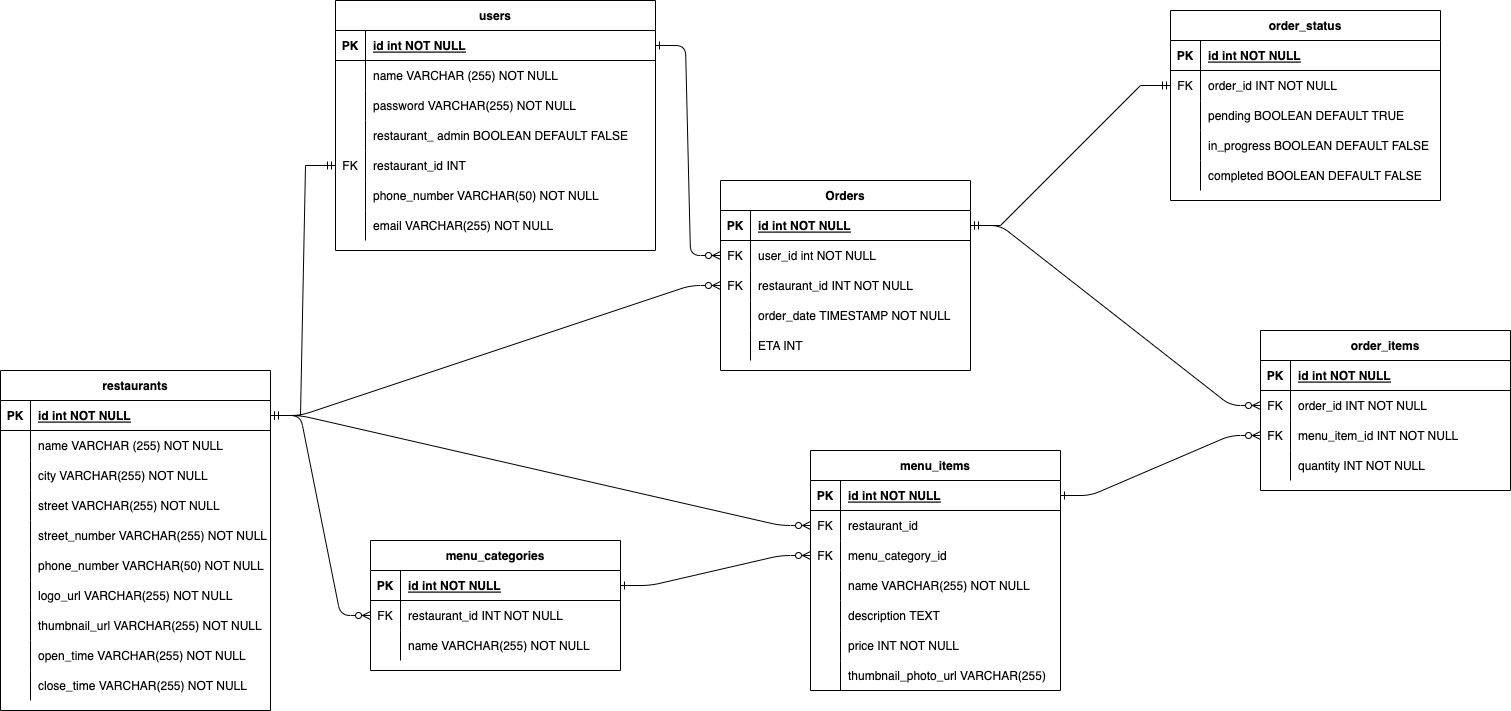
ascotlan/food-ordering-app keeps this draw.io diagram as planning/ERD-OmniEats.png. Above is the earlier version. Source tidied: cells renumbered, new cells last; positions are measured from the earlier drawing's top-left corner, leaving out a move shared by most shapes.
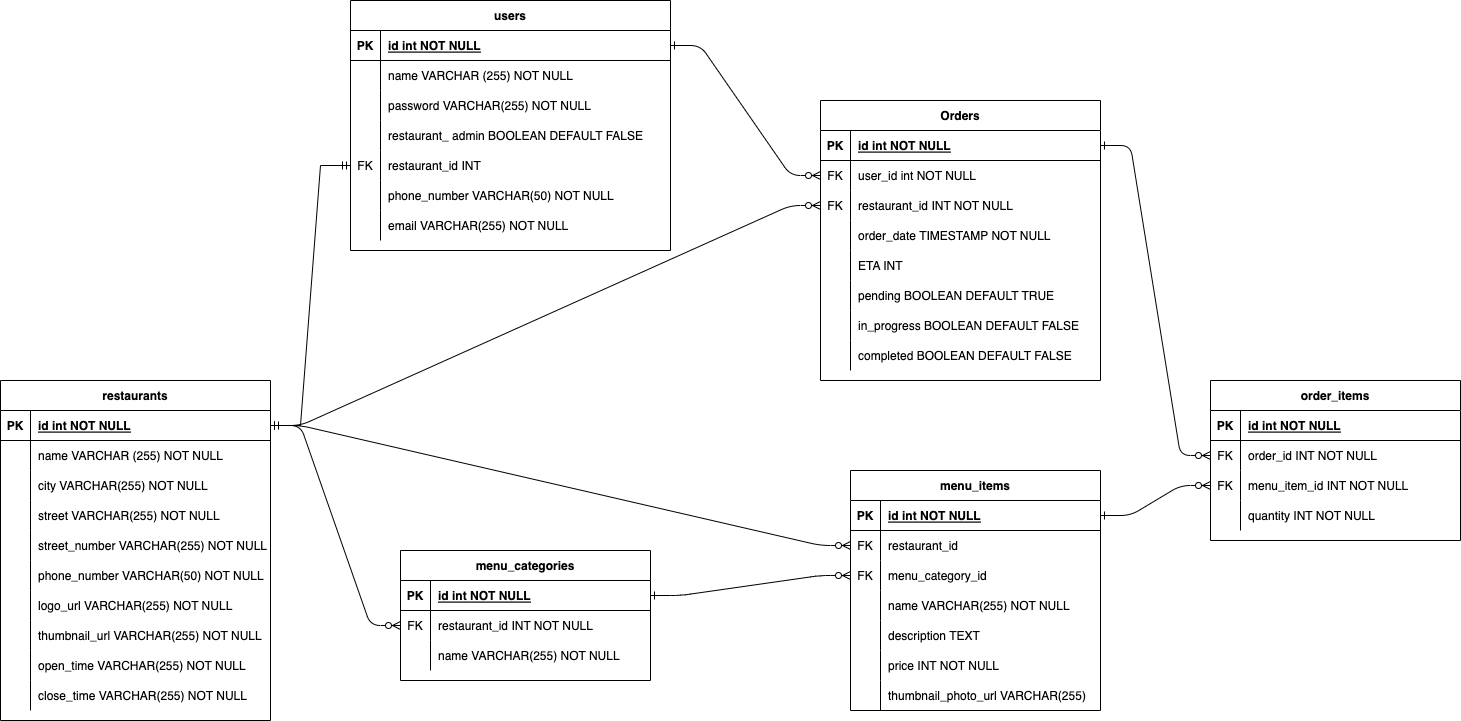
Later version of the same file.

Commit message:
ERD and schema fix: removed order_status table

What changed in the source:
```diff
@@ -6,55 +6,82 @@
       <mxGeometry relative="1" as="geometry" />
     </mxCell>
     <mxCell id="3" value="Orders" style="shape=table;startSize=30;rowLines=0;fontStyle=1;align=center;" parent="1" vertex="1">
-      <mxGeometry x="720" y="180" width="250" height="190" as="geometry" />
+      <mxGeometry x="920" y="90" width="280" height="280" as="geometry" />
     </mxCell>
     <mxCell id="4" style="shape=partialRectangle;fillColor=none;points=[[0,0.5],[1,0.5]];portConstraint=eastwest;top=0;left=0;right=0;bottom=1;" parent="3" vertex="1">
-      <mxGeometry y="30" width="250" height="30" as="geometry" />
+      <mxGeometry y="30" width="280" height="30" as="geometry" />
     </mxCell>
     <mxCell id="5" value="PK" style="shape=partialRectangle;overflow=hidden;fillColor=none;top=0;left=0;bottom=0;right=0;fontStyle=1;" parent="4" vertex="1">
       <mxGeometry width="30" height="30" as="geometry" />
     </mxCell>
     <mxCell id="6" value="id int NOT NULL " style="shape=partialRectangle;overflow=hidden;fillColor=none;top=0;left=0;bottom=0;right=0;align=left;spacingLeft=6;fontStyle=5;" parent="4" vertex="1">
-      <mxGeometry x="30" width="220" height="30" as="geometry" />
+      <mxGeometry x="30" width="250" height="30" as="geometry" />
     </mxCell>
     <mxCell id="7" style="shape=partialRectangle;fillColor=none;points=[[0,0.5],[1,0.5]];portConstraint=eastwest;top=0;left=0;right=0;bottom=0;" parent="3" vertex="1">
-      <mxGeometry y="60" width="250" height="30" as="geometry" />
+      <mxGeometry y="60" width="280" height="30" as="geometry" />
     </mxCell>
     <mxCell id="8" value="FK" style="shape=partialRectangle;overflow=hidden;fillColor=none;top=0;left=0;bottom=0;right=0;" parent="7" vertex="1">
       <mxGeometry width="30" height="30" as="geometry" />
     </mxCell>
     <mxCell id="9" value="user_id int NOT NULL" style="shape=partialRectangle;overflow=hidden;fillColor=none;top=0;left=0;bottom=0;right=0;align=left;spacingLeft=6;" parent="7" vertex="1">
-      <mxGeometry x="30" width="220" height="30" as="geometry" />
+      <mxGeometry x="30" width="250" height="30" as="geometry" />
     </mxCell>
     <mxCell id="10" style="shape=partialRectangle;fillColor=none;points=[[0,0.5],[1,0.5]];portConstraint=eastwest;top=0;left=0;right=0;bottom=0;" parent="3" vertex="1">
-      <mxGeometry y="90" width="250" height="30" as="geometry" />
+      <mxGeometry y="90" width="280" height="30" as="geometry" />
     </mxCell>
     <mxCell id="11" value="FK" style="shape=partialRectangle;overflow=hidden;fillColor=none;top=0;left=0;bottom=0;right=0;" parent="10" vertex="1">
       <mxGeometry width="30" height="30" as="geometry" />
     </mxCell>
     <mxCell id="12" value="restaurant_id INT NOT NULL" style="shape=partialRectangle;overflow=hidden;fillColor=none;top=0;left=0;bottom=0;right=0;align=left;spacingLeft=6;" parent="10" vertex="1">
-      <mxGeometry x="30" width="220" height="30" as="geometry" />
+      <mxGeometry x="30" width="250" height="30" as="geometry" />
     </mxCell>
     <mxCell id="13" style="shape=partialRectangle;fillColor=none;top=0;left=0;right=0;bottom=0;" parent="3" vertex="1">
-      <mxGeometry y="120" width="250" height="30" as="geometry" />
+      <mxGeometry y="120" width="280" height="30" as="geometry" />
     </mxCell>
     <mxCell id="14" style="shape=partialRectangle;overflow=hidden;fillColor=none;top=0;left=0;bottom=0;right=0;" parent="13" vertex="1">
       <mxGeometry width="30" height="30" as="geometry" />
     </mxCell>
     <mxCell id="15" value="order_date TIMESTAMP NOT NULL" style="shape=partialRectangle;overflow=hidden;fillColor=none;top=0;left=0;bottom=0;right=0;align=left;spacingLeft=6;" parent="13" vertex="1">
-      <mxGeometry x="30" width="220" height="30" as="geometry" />
+      <mxGeometry x="30" width="250" height="30" as="geometry" />
     </mxCell>
     <mxCell id="16" style="shape=partialRectangle;fillColor=none;top=0;left=0;right=0;bottom=0;" parent="3" vertex="1">
-      <mxGeometry y="150" width="250" height="30" as="geometry" />
+      <mxGeometry y="150" width="280" height="30" as="geometry" />
     </mxCell>
     <mxCell id="17" style="shape=partialRectangle;overflow=hidden;fillColor=none;top=0;left=0;bottom=0;right=0;" parent="16" vertex="1">
       <mxGeometry width="30" height="30" as="geometry" />
     </mxCell>
     <mxCell id="18" value="ETA INT" style="shape=partialRectangle;overflow=hidden;fillColor=none;top=0;left=0;bottom=0;right=0;align=left;spacingLeft=6;" parent="16" vertex="1">
-      <mxGeometry x="30" width="220" height="30" as="geometry" />
+      <mxGeometry x="30" width="250" height="30" as="geometry" />
     </mxCell>
+    <mxCell id="141" style="shape=partialRectangle;fillColor=none;top=0;left=0;right=0;bottom=0;" parent="3" vertex="1">
+      <mxGeometry y="180" width="280" height="30" as="geometry" />
+    </mxCell>
+    <mxCell id="142" style="shape=partialRectangle;overflow=hidden;fillColor=none;top=0;left=0;bottom=0;right=0;" parent="141" vertex="1">
+      <mxGeometry width="30" height="30" as="geometry" />
+    </mxCell>
+    <mxCell id="119" value="pending BOOLEAN DEFAULT TRUE" style="shape=partialRectangle;overflow=hidden;fillColor=none;top=0;left=0;bottom=0;right=0;align=left;spacingLeft=6;" parent="141" vertex="1">
+      <mxGeometry x="30" width="250" height="30" as="geometry" />
+    </mxCell>
+    <mxCell id="143" style="shape=partialRectangle;fillColor=none;top=0;left=0;right=0;bottom=0;" parent="3" vertex="1">
+      <mxGeometry y="210" width="280" height="30" as="geometry" />
+    </mxCell>
+    <mxCell id="144" style="shape=partialRectangle;overflow=hidden;fillColor=none;top=0;left=0;bottom=0;right=0;" parent="143" vertex="1">
+      <mxGeometry width="30" height="30" as="geometry" />
+    </mxCell>
+    <mxCell id="122" value="in_progress BOOLEAN DEFAULT FALSE" style="shape=partialRectangle;overflow=hidden;fillColor=none;top=0;left=0;bottom=0;right=0;align=left;spacingLeft=6;" parent="143" vertex="1">
+      <mxGeometry x="30" width="250" height="30" as="geometry" />
+    </mxCell>
+    <mxCell id="145" style="shape=partialRectangle;fillColor=none;top=0;left=0;right=0;bottom=0;" parent="3" vertex="1">
+      <mxGeometry y="240" width="280" height="30" as="geometry" />
+    </mxCell>
+    <mxCell id="146" style="shape=partialRectangle;overflow=hidden;fillColor=none;top=0;left=0;bottom=0;right=0;" parent="145" vertex="1">
+      <mxGeometry width="30" height="30" as="geometry" />
+    </mxCell>
+    <mxCell id="125" value="completed BOOLEAN DEFAULT FALSE" style="shape=partialRectangle;overflow=hidden;fillColor=none;top=0;left=0;bottom=0;right=0;align=left;spacingLeft=6;" parent="145" vertex="1">
+      <mxGeometry x="30" width="250" height="30" as="geometry" />
+    </mxCell>
     <mxCell id="19" value="users" style="shape=table;startSize=30;rowLines=0;fontStyle=1;align=center;" parent="1" vertex="1">
-      <mxGeometry x="335" width="320" height="250" as="geometry" />
+      <mxGeometry x="450" y="-10" width="320" height="250" as="geometry" />
     </mxCell>
     <mxCell id="20" style="shape=partialRectangle;fillColor=none;points=[[0,0.5],[1,0.5]];portConstraint=eastwest;top=0;left=0;right=0;bottom=1;" parent="19" vertex="1">
       <mxGeometry y="30" width="320" height="30" as="geometry" />
@@ -120,7 +147,7 @@
       <mxGeometry x="30" width="290" height="30" as="geometry" />
     </mxCell>
     <mxCell id="41" value="restaurants" style="shape=table;startSize=30;rowLines=0;fontStyle=1;align=center;" parent="1" vertex="1">
-      <mxGeometry y="370" width="270" height="340" as="geometry" />
+      <mxGeometry x="100" y="370" width="270" height="340" as="geometry" />
     </mxCell>
     <mxCell id="42" style="shape=partialRectangle;fillColor=none;points=[[0,0.5],[1,0.5]];portConstraint=eastwest;top=0;left=0;right=0;bottom=1;" parent="41" vertex="1">
       <mxGeometry y="30" width="270" height="30" as="geometry" />
@@ -220,7 +247,7 @@
       </mxGeometry>
     </mxCell>
     <mxCell id="73" value="order_items" style="shape=table;startSize=30;rowLines=0;fontStyle=1;align=center;" parent="1" vertex="1">
-      <mxGeometry x="1260" y="330" width="250" height="160" as="geometry" />
+      <mxGeometry x="1310" y="370" width="250" height="160" as="geometry" />
     </mxCell>
     <mxCell id="74" style="shape=partialRectangle;fillColor=none;top=0;left=0;right=0;bottom=1;" parent="73" vertex="1">
       <mxGeometry y="30" width="250" height="30" as="geometry" />
@@ -259,7 +286,7 @@
       <mxGeometry x="30" width="220" height="30" as="geometry" />
     </mxCell>
     <mxCell id="86" value="menu_items" style="shape=table;startSize=30;rowLines=0;fontStyle=1;align=center;" parent="1" vertex="1">
-      <mxGeometry x="810" y="450" width="250" height="240" as="geometry" />
+      <mxGeometry x="950" y="460" width="250" height="240" as="geometry" />
     </mxCell>
     <mxCell id="87" style="shape=partialRectangle;fillColor=none;points=[[0,0.5],[1,0.5]];portConstraint=eastwest;top=0;left=0;right=0;bottom=1;" parent="86" vertex="1">
       <mxGeometry y="30" width="250" height="30" as="geometry" />
@@ -330,63 +357,8 @@
     <mxCell id="109" style="edgeStyle=entityRelationEdgeStyle;endArrow=ERzeroToMany;startArrow=ERone;endFill=1;startFill=0;entryX=0;entryY=0.5;entryDx=0;entryDy=0;exitX=1;exitY=0.5;exitDx=0;exitDy=0;" parent="1" edge="1" source="42" target="90">
       <mxGeometry relative="1" as="geometry" />
     </mxCell>
-    <mxCell id="110" value="order_status" style="shape=table;startSize=30;rowLines=0;fontStyle=1;align=center;" parent="1" vertex="1">
-      <mxGeometry x="1170" y="10" width="270" height="190" as="geometry" />
-    </mxCell>
-    <mxCell id="111" style="shape=partialRectangle;fillColor=none;top=0;left=0;right=0;bottom=1;" parent="110" vertex="1">
-      <mxGeometry y="30" width="270" height="30" as="geometry" />
-    </mxCell>
-    <mxCell id="112" value="PK" style="shape=partialRectangle;overflow=hidden;fillColor=none;top=0;left=0;bottom=0;right=0;fontStyle=1;" parent="111" vertex="1">
-      <mxGeometry width="30" height="30" as="geometry" />
-    </mxCell>
-    <mxCell id="113" value="id int NOT NULL " style="shape=partialRectangle;overflow=hidden;fillColor=none;top=0;left=0;bottom=0;right=0;align=left;spacingLeft=6;fontStyle=5;" parent="111" vertex="1">
-      <mxGeometry x="30" width="240" height="30" as="geometry" />
-    </mxCell>
-    <mxCell id="114" style="shape=partialRectangle;fillColor=none;points=[[0,0.5],[1,0.5]];portConstraint=eastwest;top=0;left=0;right=0;bottom=0;" parent="110" vertex="1">
-      <mxGeometry y="60" width="270" height="30" as="geometry" />
-    </mxCell>
-    <mxCell id="115" value="FK" style="shape=partialRectangle;overflow=hidden;fillColor=none;top=0;left=0;bottom=0;right=0;" parent="114" vertex="1">
-      <mxGeometry width="30" height="30" as="geometry" />
-    </mxCell>
-    <mxCell id="116" value="order_id INT NOT NULL" style="shape=partialRectangle;overflow=hidden;fillColor=none;top=0;left=0;bottom=0;right=0;align=left;spacingLeft=6;" parent="114" vertex="1">
-      <mxGeometry x="30" width="240" height="30" as="geometry" />
-    </mxCell>
-    <mxCell id="117" style="shape=partialRectangle;fillColor=none;top=0;left=0;right=0;bottom=0;" parent="110" vertex="1">
-      <mxGeometry y="90" width="270" height="30" as="geometry" />
-    </mxCell>
-    <mxCell id="118" style="shape=partialRectangle;overflow=hidden;fillColor=none;top=0;left=0;bottom=0;right=0;" parent="117" vertex="1">
-      <mxGeometry width="30" height="30" as="geometry" />
-    </mxCell>
-    <mxCell id="119" value="pending BOOLEAN DEFAULT TRUE" style="shape=partialRectangle;overflow=hidden;fillColor=none;top=0;left=0;bottom=0;right=0;align=left;spacingLeft=6;" parent="117" vertex="1">
-      <mxGeometry x="30" width="240" height="30" as="geometry" />
-    </mxCell>
-    <mxCell id="120" style="shape=partialRectangle;fillColor=none;top=0;left=0;right=0;bottom=0;" parent="110" vertex="1">
-      <mxGeometry y="120" width="270" height="30" as="geometry" />
-    </mxCell>
-    <mxCell id="121" style="shape=partialRectangle;overflow=hidden;fillColor=none;top=0;left=0;bottom=0;right=0;" parent="120" vertex="1">
-      <mxGeometry width="30" height="30" as="geometry" />
-    </mxCell>
-    <mxCell id="122" value="in_progress BOOLEAN DEFAULT FALSE" style="shape=partialRectangle;overflow=hidden;fillColor=none;top=0;left=0;bottom=0;right=0;align=left;spacingLeft=6;" parent="120" vertex="1">
-      <mxGeometry x="30" width="240" height="30" as="geometry" />
-    </mxCell>
-    <mxCell id="123" style="shape=partialRectangle;fillColor=none;top=0;left=0;right=0;bottom=0;" parent="110" vertex="1">
-      <mxGeometry y="150" width="270" height="30" as="geometry" />
-    </mxCell>
-    <mxCell id="124" style="shape=partialRectangle;overflow=hidden;fillColor=none;top=0;left=0;bottom=0;right=0;" parent="123" vertex="1">
-      <mxGeometry width="30" height="30" as="geometry" />
-    </mxCell>
-    <mxCell id="125" value="completed BOOLEAN DEFAULT FALSE" style="shape=partialRectangle;overflow=hidden;fillColor=none;top=0;left=0;bottom=0;right=0;align=left;spacingLeft=6;" parent="123" vertex="1">
-      <mxGeometry x="30" width="240" height="30" as="geometry" />
-    </mxCell>
-    <mxCell id="126" style="edgeStyle=entityRelationEdgeStyle;fontSize=12;html=1;endArrow=ERmandOne;startArrow=ERmandOne;rounded=0;exitX=1;exitY=0.5;exitDx=0;exitDy=0;entryX=0;entryY=0.5;entryDx=0;entryDy=0;" parent="1" edge="1" source="4" target="114">
-      <mxGeometry relative="1" as="geometry">
-        <Array as="points">
-          <mxPoint x="710" y="295" />
-        </Array>
-      </mxGeometry>
-    </mxCell>
     <mxCell id="127" value="menu_categories" style="shape=table;startSize=30;rowLines=0;fontStyle=1;align=center;" parent="1" vertex="1">
-      <mxGeometry x="370" y="540" width="250" height="130" as="geometry" />
+      <mxGeometry x="500" y="540" width="250" height="130" as="geometry" />
     </mxCell>
     <mxCell id="128" style="shape=partialRectangle;fillColor=none;points=[[0,0.5],[1,0.5]];portConstraint=eastwest;top=0;left=0;right=0;bottom=1;" parent="127" vertex="1">
       <mxGeometry y="30" width="250" height="30" as="geometry" />
```
